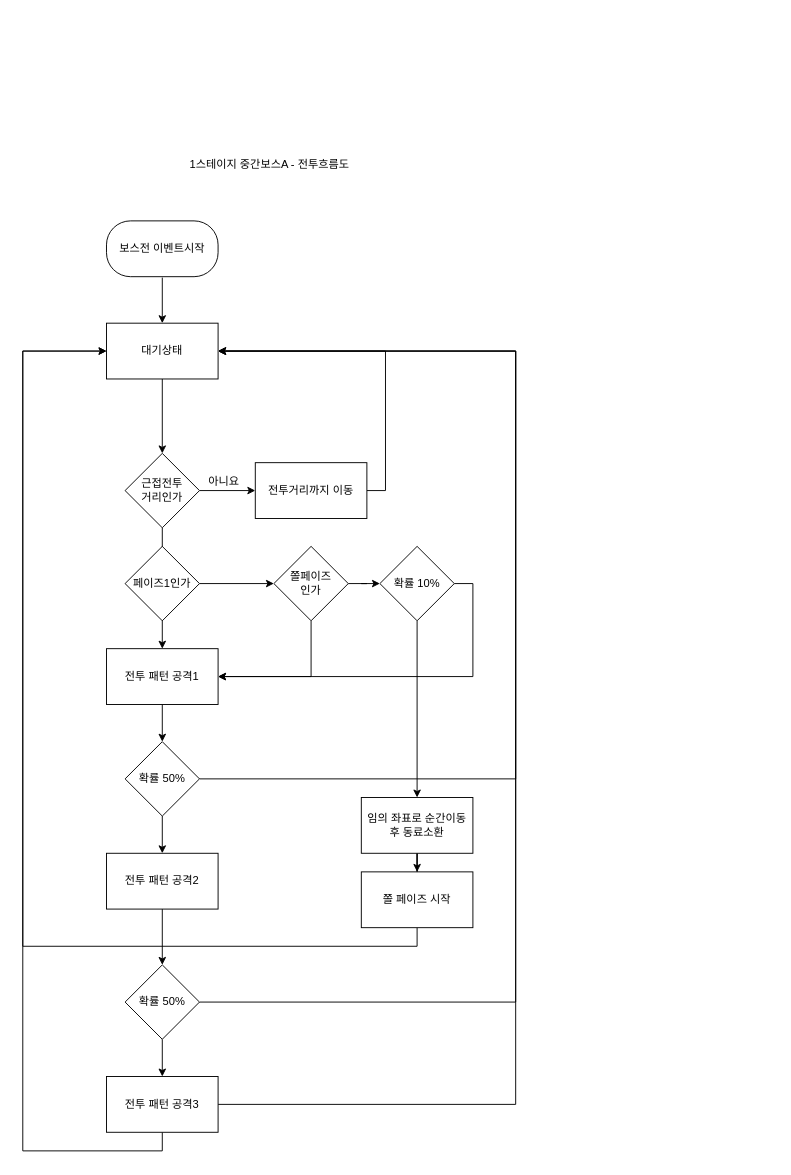
Before: LCT.drawio in hwangUK/Doc, a draw.io diagram. Source tidied: cells renumbered, new cells numbered last; positions are measured from the earlier drawing's top-left corner, leaving out a move shared by most shapes. Both pictures are drawn from the tidied source at 93%, with x=0, y=0 at pixel (22, 151).
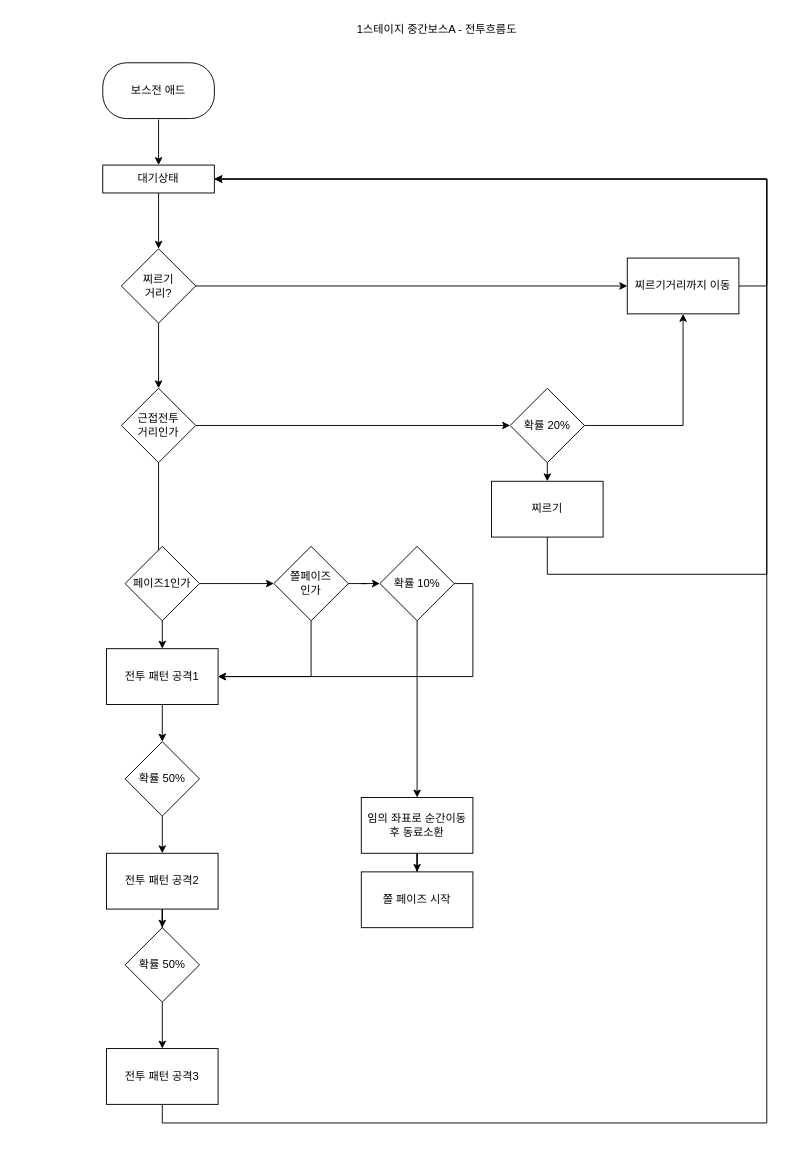
After the change.

Unchanged cells that the change refers to:
```xml
<mxCell id="16" value="확률 50%" style="rhombus;whiteSpace=wrap;html=1;" parent="1" vertex="1">
  <mxGeometry x="110" y="635" width="80" height="80" as="geometry" />
</mxCell>
<mxCell id="33" value="쫄 페이즈 시작" style="whiteSpace=wrap;html=1;" parent="1" vertex="1">
  <mxGeometry x="364" y="775" width="120" height="60" as="geometry" />
</mxCell>
```

Diff of the diagram source:
```diff
@@
-    <mxCell id="6" style="edgeStyle=orthogonalEdgeStyle;rounded=0;jettySize=auto;html=1;" parent="1" edge="1" source="8" target="12">
+    <mxCell id="6" style="edgeStyle=orthogonalEdgeStyle;rounded=0;jettySize=auto;html=1;entryX=0;entryY=0.5;entryDx=0;entryDy=0;" parent="1" edge="1" source="8" target="48">
       <mxGeometry relative="1" as="geometry" />
     </mxCell>
@@
     <mxCell id="8" value="근접전투&lt;br&gt;거리인가" style="rhombus;whiteSpace=wrap;html=1;" parent="1" vertex="1">
-      <mxGeometry x="110" y="325" width="80" height="80" as="geometry" />
+      <mxGeometry x="106" y="255" width="80" height="80" as="geometry" />
     </mxCell>
@@
-    <mxCell id="10" value="보스전 이벤트시작" style="rounded=1;whiteSpace=wrap;html=1;perimeterSpacing=1;arcSize=43;" parent="1" vertex="1">
-      <mxGeometry x="90" y="75" width="120" height="60" as="geometry" />
+    <mxCell id="10" value="보스전 애드" style="rounded=1;whiteSpace=wrap;html=1;perimeterSpacing=1;arcSize=43;" parent="1" vertex="1">
+      <mxGeometry x="86" y="-95" width="120" height="60" as="geometry" />
     </mxCell>
-    <mxCell id="11" style="edgeStyle=orthogonalEdgeStyle;rounded=0;jettySize=auto;html=1;exitX=1;exitY=0.5;exitDx=0;exitDy=0;entryX=1;entryY=0.5;entryDx=0;entryDy=0;" parent="1" edge="1" source="12" target="24">
-      <mxGeometry relative="1" as="geometry">
-        <Array as="points">
-          <mxPoint x="390" y="365" />
-          <mxPoint x="390" y="215" />
-        </Array>
-      </mxGeometry>
-    </mxCell>
-    <mxCell id="12" value="전투거리까지 이동" style="whiteSpace=wrap;html=1;" parent="1" vertex="1">
-      <mxGeometry x="250" y="335" width="120" height="60" as="geometry" />
-    </mxCell>
-    <mxCell id="13" value="아니요" style="text;html=1;align=center;verticalAlign=middle;strokeColor=none;fillColor=none;" parent="1" vertex="1">
-      <mxGeometry x="186" y="341" width="60" height="30" as="geometry" />
-    </mxCell>
@@
-    <mxCell id="15" style="edgeStyle=orthogonalEdgeStyle;rounded=0;jettySize=auto;html=1;exitX=1;exitY=0.5;exitDx=0;exitDy=0;entryX=1;entryY=0.5;entryDx=0;entryDy=0;" parent="1" edge="1" source="16" target="24">
-      <mxGeometry relative="1" as="geometry">
-        <Array as="points">
-          <mxPoint x="530" y="675" />
-          <mxPoint x="530" y="215" />
-        </Array>
-      </mxGeometry>
-    </mxCell>
@@
-    <mxCell id="18" style="edgeStyle=orthogonalEdgeStyle;rounded=0;jettySize=auto;html=1;exitX=1;exitY=0.5;exitDx=0;exitDy=0;entryX=1;entryY=0.5;entryDx=0;entryDy=0;" parent="1" edge="1" source="19" target="24">
-      <mxGeometry relative="1" as="geometry">
-        <Array as="points">
-          <mxPoint x="530" y="915" />
-          <mxPoint x="530" y="215" />
-        </Array>
-      </mxGeometry>
-    </mxCell>
     <mxCell id="19" value="확률 50%" style="rhombus;whiteSpace=wrap;html=1;" parent="1" vertex="1">
-      <mxGeometry x="110" y="875" width="80" height="80" as="geometry" />
+      <mxGeometry x="110" y="835" width="80" height="80" as="geometry" />
     </mxCell>
-    <mxCell id="20" style="edgeStyle=orthogonalEdgeStyle;rounded=0;jettySize=auto;html=1;exitX=1;exitY=0.5;exitDx=0;exitDy=0;entryX=1;entryY=0.5;entryDx=0;entryDy=0;" parent="1" edge="1" source="22" target="24">
-      <mxGeometry relative="1" as="geometry">
-        <Array as="points">
-          <mxPoint x="530" y="1025" />
-          <mxPoint x="530" y="215" />
-        </Array>
-      </mxGeometry>
-    </mxCell>
-    <mxCell id="21" style="edgeStyle=orthogonalEdgeStyle;rounded=0;jettySize=auto;html=1;exitX=0.5;exitY=1;exitDx=0;exitDy=0;entryX=0;entryY=0.5;entryDx=0;entryDy=0;" parent="1" edge="1" source="22" target="24">
-      <mxGeometry relative="1" as="geometry">
-        <Array as="points">
-          <mxPoint x="150" y="1075" />
-          <mxPoint y="1075" />
-          <mxPoint y="215" />
-        </Array>
-      </mxGeometry>
-    </mxCell>
+    <mxCell id="38" style="edgeStyle=orthogonalEdgeStyle;rounded=0;jettySize=auto;html=1;exitX=0.5;exitY=1;exitDx=0;exitDy=0;entryX=1;entryY=0.5;entryDx=0;entryDy=0;" parent="1" edge="1" source="22" target="24">
+      <mxGeometry relative="1" as="geometry">
+        <Array as="points">
+          <mxPoint x="150" y="1045" />
+          <mxPoint x="800" y="1045" />
+          <mxPoint x="800" y="30" />
+        </Array>
+      </mxGeometry>
+    </mxCell>
     <mxCell id="22" value="전투 패턴 공격3" style="rounded=0;whiteSpace=wrap;html=1;" parent="1" vertex="1">
-      <mxGeometry x="90" y="995" width="120" height="60" as="geometry" />
+      <mxGeometry x="90" y="965" width="120" height="60" as="geometry" />
     </mxCell>
-    <mxCell id="23" style="edgeStyle=orthogonalEdgeStyle;rounded=0;jettySize=auto;html=1;exitX=0.5;exitY=1;exitDx=0;exitDy=0;entryX=0.5;entryY=0;entryDx=0;entryDy=0;" parent="1" edge="1" source="24" target="8">
+    <mxCell id="23" style="edgeStyle=orthogonalEdgeStyle;rounded=0;jettySize=auto;html=1;exitX=0.5;exitY=1;exitDx=0;exitDy=0;entryX=0.5;entryY=0;entryDx=0;entryDy=0;" parent="1" edge="1" source="24" target="41">
       <mxGeometry relative="1" as="geometry" />
     </mxCell>
     <mxCell id="24" value="대기상태" style="whiteSpace=wrap;html=1;" parent="1" vertex="1">
-      <mxGeometry x="90" y="185" width="120" height="60" as="geometry" />
+      <mxGeometry x="86" y="15" width="120" height="30" as="geometry" />
     </mxCell>
@@
-    <mxCell id="32" style="edgeStyle=orthogonalEdgeStyle;rounded=0;jettySize=auto;html=1;exitX=0.5;exitY=1;exitDx=0;exitDy=0;entryX=0;entryY=0.5;entryDx=0;entryDy=0;" parent="1" edge="1" source="33" target="24">
-      <mxGeometry relative="1" as="geometry">
-        <Array as="points">
-          <mxPoint x="424" y="855" />
-          <mxPoint y="855" />
-          <mxPoint y="215" />
-        </Array>
-      </mxGeometry>
-    </mxCell>
@@
     <mxCell id="37" value="1스테이지 중간보스A - 전투흐름도" style="text;html=1;align=center;verticalAlign=middle;strokeColor=none;fillColor=none;" parent="1" vertex="1">
-      <mxGeometry x="160" width="210" height="30" as="geometry" />
+      <mxGeometry x="340" y="-145" width="210" height="30" as="geometry" />
     </mxCell>
+    <mxCell id="39" style="edgeStyle=orthogonalEdgeStyle;rounded=0;jettySize=auto;html=1;" parent="1" edge="1" source="41" target="45">
+      <mxGeometry relative="1" as="geometry" />
+    </mxCell>
+    <mxCell id="40" style="edgeStyle=orthogonalEdgeStyle;rounded=0;jettySize=auto;html=1;exitX=0.5;exitY=1;exitDx=0;exitDy=0;entryX=0.5;entryY=0;entryDx=0;entryDy=0;" parent="1" edge="1" source="41" target="8">
+      <mxGeometry relative="1" as="geometry" />
+    </mxCell>
+    <mxCell id="41" value="찌르기&lt;br&gt;거리?" style="rhombus;whiteSpace=wrap;html=1;" parent="1" vertex="1">
+      <mxGeometry x="106" y="105" width="80" height="80" as="geometry" />
+    </mxCell>
+    <mxCell id="42" style="edgeStyle=orthogonalEdgeStyle;rounded=0;jettySize=auto;html=1;exitX=0.5;exitY=1;exitDx=0;exitDy=0;entryX=1;entryY=0.5;entryDx=0;entryDy=0;" parent="1" edge="1" source="43" target="24">
+      <mxGeometry relative="1" as="geometry">
+        <Array as="points">
+          <mxPoint x="564" y="455" />
+          <mxPoint x="800" y="455" />
+          <mxPoint x="800" y="30" />
+        </Array>
+      </mxGeometry>
+    </mxCell>
+    <mxCell id="43" value="찌르기" style="whiteSpace=wrap;html=1;" parent="1" vertex="1">
+      <mxGeometry x="504" y="355" width="120" height="60" as="geometry" />
+    </mxCell>
+    <mxCell id="44" style="edgeStyle=orthogonalEdgeStyle;rounded=0;jettySize=auto;html=1;exitX=1;exitY=0.5;exitDx=0;exitDy=0;entryX=1;entryY=0.5;entryDx=0;entryDy=0;" parent="1" edge="1" source="45" target="24">
+      <mxGeometry relative="1" as="geometry">
+        <Array as="points">
+          <mxPoint x="800" y="145" />
+          <mxPoint x="800" y="30" />
+        </Array>
+      </mxGeometry>
+    </mxCell>
+    <mxCell id="45" value="찌르기거리까지 이동" style="whiteSpace=wrap;html=1;" parent="1" vertex="1">
+      <mxGeometry x="650" y="115" width="120" height="60" as="geometry" />
+    </mxCell>
+    <mxCell id="46" style="edgeStyle=orthogonalEdgeStyle;rounded=0;jettySize=auto;html=1;exitX=1;exitY=0.5;exitDx=0;exitDy=0;entryX=0.5;entryY=1;entryDx=0;entryDy=0;" parent="1" edge="1" source="48" target="45">
+      <mxGeometry relative="1" as="geometry">
+        <Array as="points">
+          <mxPoint x="710" y="295" />
+        </Array>
+      </mxGeometry>
+    </mxCell>
+    <mxCell id="47" style="edgeStyle=orthogonalEdgeStyle;rounded=0;jettySize=auto;html=1;exitX=0.5;exitY=1;exitDx=0;exitDy=0;entryX=0.5;entryY=0;entryDx=0;entryDy=0;" parent="1" edge="1" source="48" target="43">
+      <mxGeometry relative="1" as="geometry" />
+    </mxCell>
+    <mxCell id="48" value="확률 20%" style="rhombus;whiteSpace=wrap;html=1;" parent="1" vertex="1">
+      <mxGeometry x="524" y="255" width="80" height="80" as="geometry" />
+    </mxCell>
```
